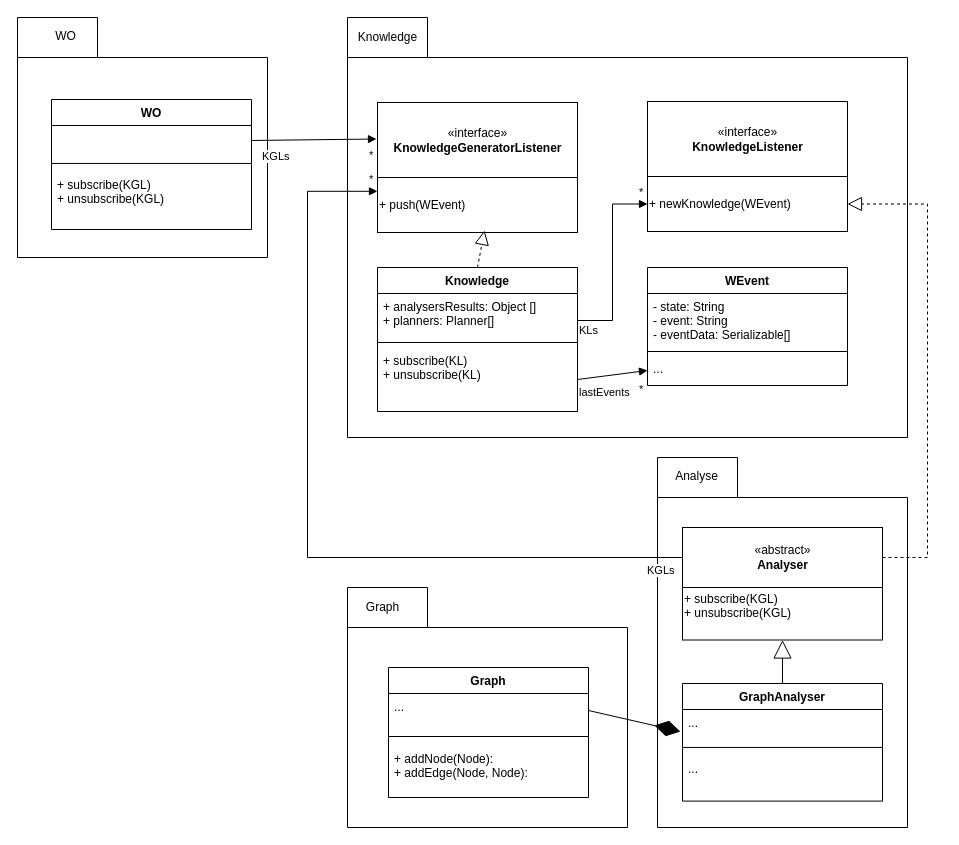
This is fig/drawio/MAK.drawio from Sylv-Lej/thesis-separation-concerns, a draw.io file, before an edit. Source tidied: cells renumbered, new cells numbered last; positions are measured from the earlier drawing's top-left corner, leaving out a move shared by most shapes. Both pictures are drawn from the tidied source at 100%, with x=0, y=0 at pixel (17, 17).
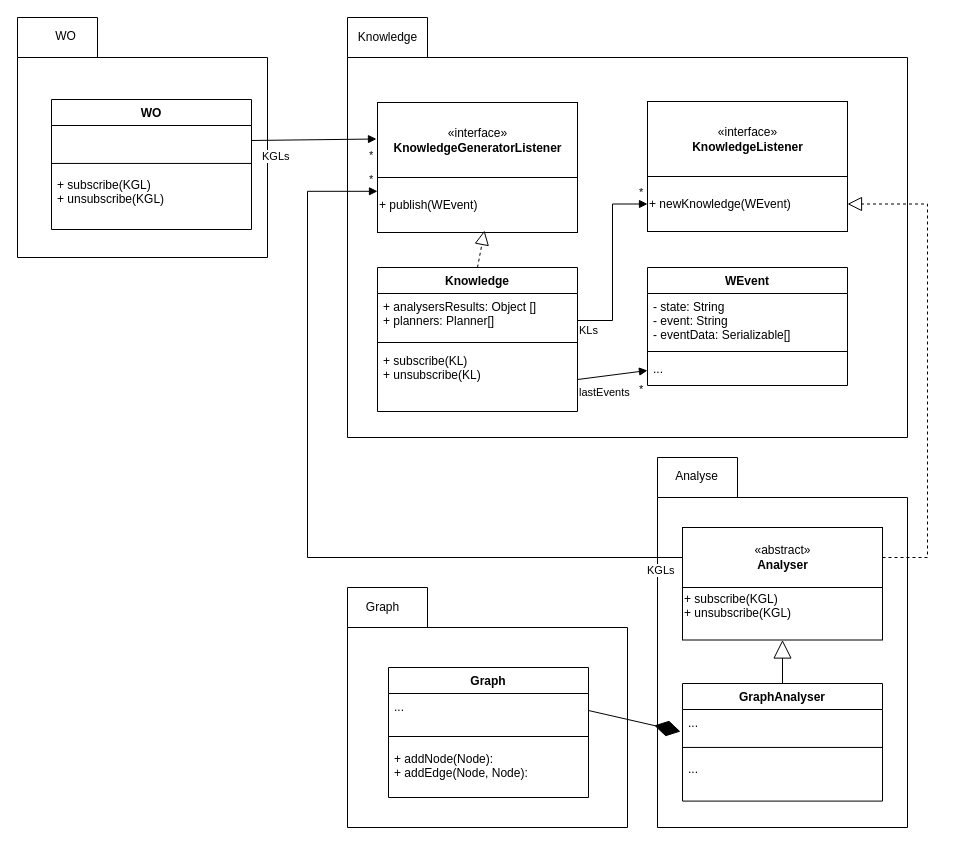
The same page after the edit.

Unchanged cells that the change refers to:
```xml
<mxCell id="17" style="group;" parent="1" vertex="1">
  <mxGeometry x="360" y="85" width="200" height="130" as="geometry" />
</mxCell>
```

Diff of the diagram source:
```diff
@@
-    <mxCell id="19" value="+ push(WEvent)" style="html=1;align=left;" parent="17" vertex="1">
+    <mxCell id="19" value="+ publish(WEvent)" style="html=1;align=left;" parent="17" vertex="1">
       <mxGeometry y="75" width="200" height="55" as="geometry" />
     </mxCell>
```
